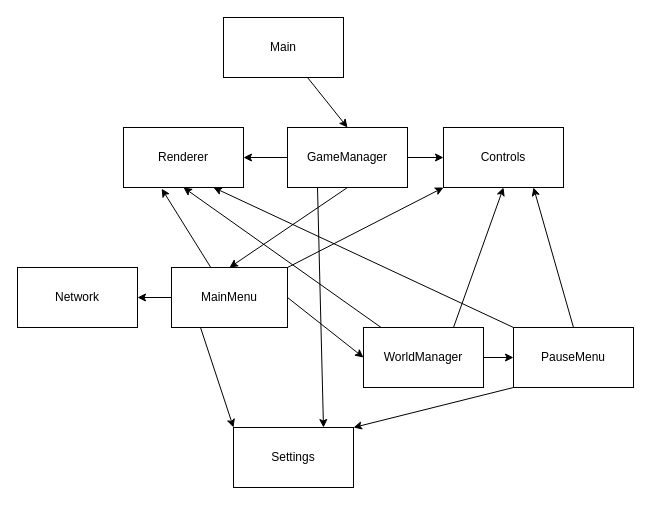
Earlier version of the draw.io diagram pics/project-arch.drawio (hammerill/Sand-Box2D). Source tidied: cells renumbered, new cells numbered last; positions are measured from the earlier drawing's top-left corner, leaving out a move shared by most shapes. Both pictures are drawn from the tidied source at 100%, with x=0, y=0 at pixel (17, 17).
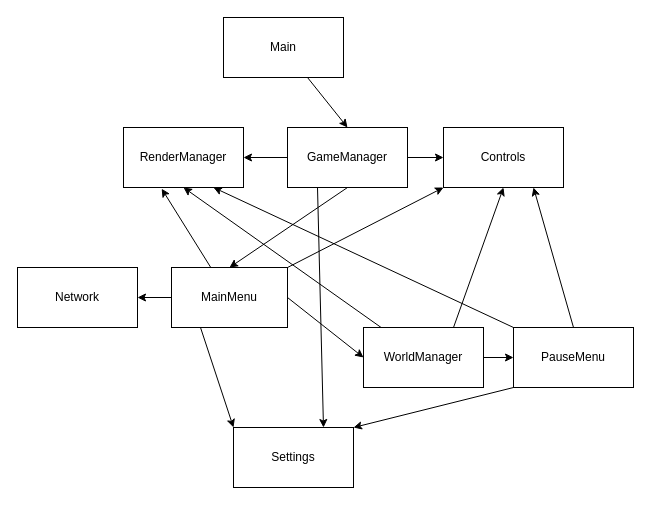
After the change.

Change to the diagram source:
```diff
@@
-    <mxCell id="9" value="Renderer" style="whiteSpace=wrap;html=1;" parent="1" vertex="1">
+    <mxCell id="9" value="RenderManager" style="whiteSpace=wrap;html=1;" parent="1" vertex="1">
       <mxGeometry x="106" y="110" width="120" height="60" as="geometry" />
     </mxCell>
```
